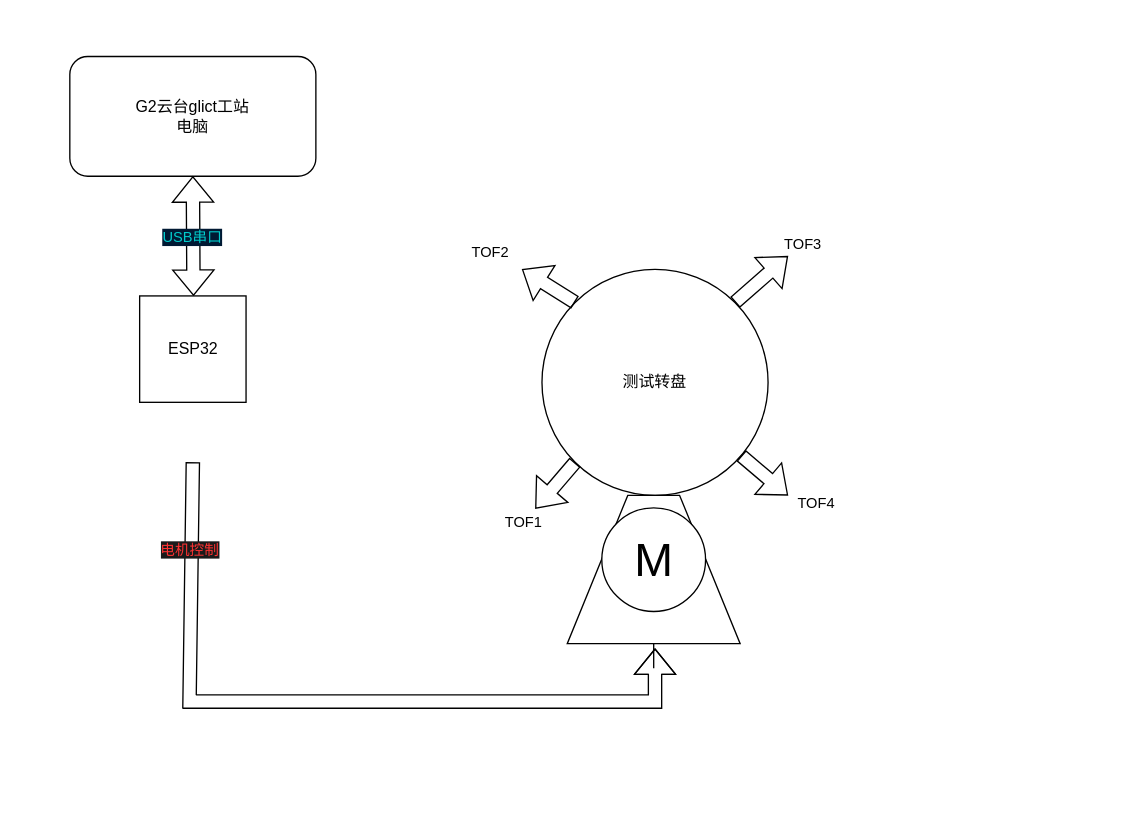
Earlier version of the draw.io diagram draw_io_for_work/g2_yuntai_glict.drawio (doctor1cong/draw_flow_chart). Source tidied: cells renumbered, new cells numbered last; positions are measured from the earlier drawing's top-left corner, leaving out a move shared by most shapes. Both pictures are drawn from the tidied source at 133%, with x=0, y=0 at pixel (69, 56).
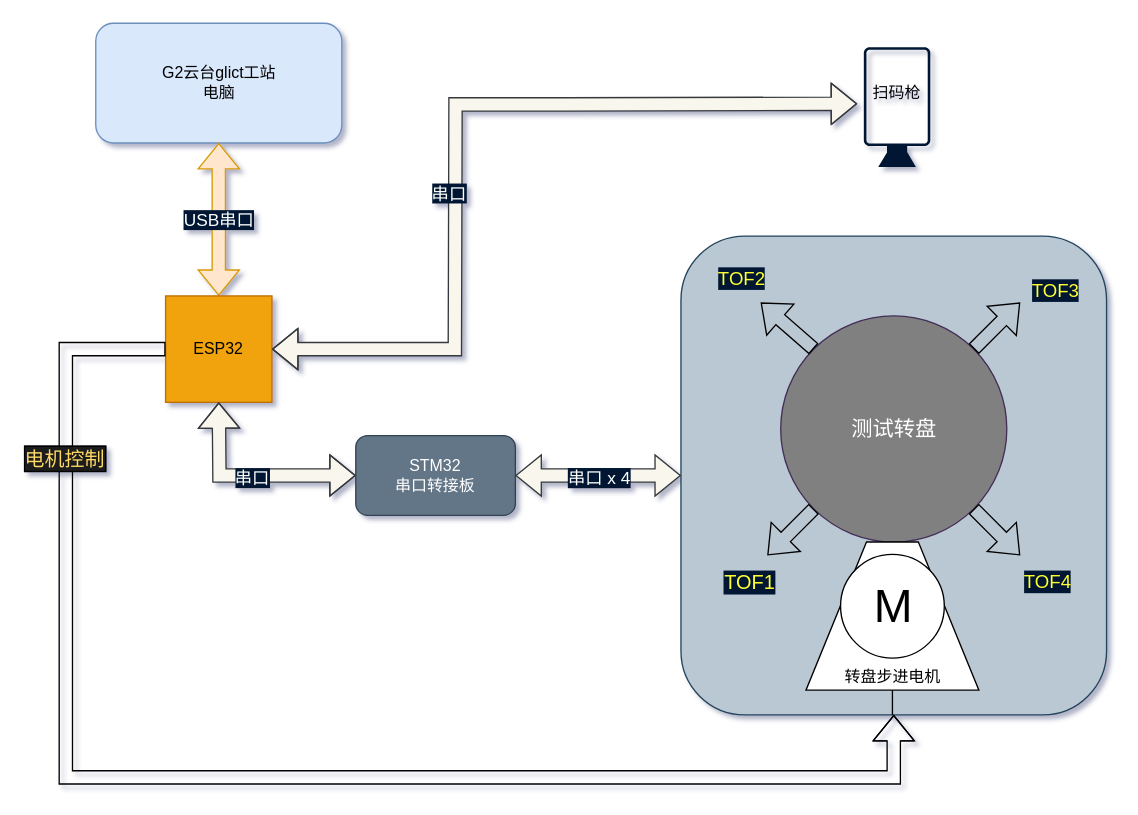
The same page after the edit.

Change to the diagram source:
```diff
@@
-<mxGraphModel>
+<mxGraphModel shadow="1">
@@
+    <mxCell id="20" style="rounded=1;whiteSpace=wrap;html=1;fillColor=#bac8d3;strokeColor=#23445d;" parent="1" vertex="1">
+      <mxGeometry x="459.5" y="135" width="320" height="360" as="geometry" />
+    </mxCell>
-    <mxCell id="2" value="G2云台glict工站&lt;div&gt;电脑&lt;/div&gt;" style="rounded=1;whiteSpace=wrap;html=1;fontSize=12;glass=0;strokeWidth=1;shadow=0;" parent="1" vertex="1">
-      <mxGeometry width="185" height="90" as="geometry" />
+    <mxCell id="2" value="G2云台glict工站&lt;div&gt;电脑&lt;/div&gt;" style="rounded=1;whiteSpace=wrap;html=1;fontSize=12;glass=0;strokeWidth=1;shadow=0;fillColor=#dae8fc;strokeColor=#6c8ebf;" parent="1" vertex="1">
+      <mxGeometry x="19.5" y="-25" width="185" height="90" as="geometry" />
     </mxCell>
-    <mxCell id="3" style="shape=flexArrow;endArrow=classic;startArrow=classic;html=1;rounded=0;entryX=0.5;entryY=1;entryDx=0;entryDy=0;" parent="1" edge="1" target="2">
-      <mxGeometry relative="1" as="geometry">
-        <mxPoint x="93" y="180" as="sourcePoint" />
-      </mxGeometry>
+    <mxCell id="3" style="shape=flexArrow;endArrow=classic;startArrow=classic;html=1;rounded=0;entryX=0.5;entryY=1;entryDx=0;entryDy=0;exitX=0.5;exitY=0;exitDx=0;exitDy=0;fillColor=#ffe6cc;strokeColor=#d79b00;" parent="1" edge="1" source="5" target="2">
+      <mxGeometry relative="1" as="geometry" />
     </mxCell>
-    <mxCell id="4" value="USB串口" style="edgeLabel;html=1;align=center;verticalAlign=middle;fontColor=#00CCCC;labelBackgroundColor=#001933;" parent="3" vertex="1">
+    <mxCell id="4" value="USB串口" style="edgeLabel;html=1;align=center;verticalAlign=middle;fontColor=#FFFFFF;labelBackgroundColor=#001933;fontSize=13;" parent="3" vertex="1">
       <mxGeometry y="1" relative="1" as="geometry" />
     </mxCell>
-    <mxCell id="5" value="ESP32" style="whiteSpace=wrap;html=1;" parent="1" vertex="1">
-      <mxGeometry x="52.5" y="180" width="80" height="80" as="geometry" />
+    <mxCell id="5" value="ESP32" style="whiteSpace=wrap;html=1;fillColor=#f0a30a;strokeColor=#BD7000;fontColor=#000000;" parent="1" vertex="1">
+      <mxGeometry x="72" y="180" width="80" height="80" as="geometry" />
     </mxCell>
-    <mxCell id="6" value="测试转盘" style="ellipse;whiteSpace=wrap;html=1;" parent="1" vertex="1">
-      <mxGeometry x="355" y="160" width="170" height="170" as="geometry" />
+    <mxCell id="6" value="&lt;font style=&quot;font-size: 16px;&quot;&gt;测试转盘&lt;/font&gt;" style="ellipse;whiteSpace=wrap;html=1;fillColor=#808080;fontColor=#ffffff;strokeColor=#432D57;" parent="1" vertex="1">
+      <mxGeometry x="534.5" y="195" width="170" height="170" as="geometry" />
     </mxCell>
-    <mxCell id="7" style="group;" parent="1" vertex="1">
-      <mxGeometry x="374" y="330" width="130" height="130" as="geometry" />
+    <mxCell id="7" style="group;fontSize=14;" parent="1" vertex="1">
+      <mxGeometry x="553.5" y="365" width="130" height="130" as="geometry" />
     </mxCell>
@@
-    <mxCell id="10" style="shape=flexArrow;endArrow=classic;html=1;rounded=0;exitX=0.5;exitY=1;exitDx=0;exitDy=0;" parent="1" edge="1">
-      <mxGeometry relative="1" as="geometry">
-        <mxPoint x="92.5" y="305" as="sourcePoint" />
-        <mxPoint x="440" y="445" as="targetPoint" />
-        <Array as="points">
-          <mxPoint x="90" y="485" />
-          <mxPoint x="270" y="485" />
-          <mxPoint x="440" y="485" />
-        </Array>
-      </mxGeometry>
-    </mxCell>
-    <mxCell id="11" value="电机控制" style="edgeLabel;html=1;align=center;verticalAlign=middle;fontColor=#FF3333;labelBackgroundColor=#1A1A1A;" parent="10" vertex="1">
-      <mxGeometry x="-0.77" y="-2" relative="1" as="geometry" />
-    </mxCell>
+    <mxCell id="21" value="转盘步进电机" style="text;html=1;whiteSpace=wrap;strokeColor=none;fillColor=none;align=center;verticalAlign=middle;rounded=0;" parent="7" vertex="1">
+      <mxGeometry x="25" y="87.3" width="80" height="30" as="geometry" />
+    </mxCell>
     <mxCell id="12" style="shape=flexArrow;endArrow=classic;html=1;rounded=0;exitX=0;exitY=1;exitDx=0;exitDy=0;" parent="1" edge="1" source="6">
       <mxGeometry relative="1" as="geometry">
-        <mxPoint x="350" y="340" as="targetPoint" />
+        <mxPoint x="524.5" y="375" as="targetPoint" />
       </mxGeometry>
     </mxCell>
-    <mxCell id="13" value="TOF1" style="edgeLabel;html=1;align=center;verticalAlign=middle;" parent="12" vertex="1">
+    <mxCell id="13" value="TOF1" style="edgeLabel;html=1;align=center;verticalAlign=middle;fontSize=15;fontColor=#FFFF33;labelBackgroundColor=#001933;" parent="12" vertex="1">
       <mxGeometry x="0.58" y="1" relative="1" as="geometry">
-        <mxPoint x="-17" y="16" as="offset" />
+        <mxPoint x="-22" y="26" as="offset" />
       </mxGeometry>
     </mxCell>
     <mxCell id="14" style="shape=flexArrow;endArrow=classic;html=1;rounded=0;exitX=0;exitY=0;exitDx=0;exitDy=0;" parent="1" edge="1" source="6">
       <mxGeometry relative="1" as="geometry">
-        <mxPoint x="340" y="160" as="targetPoint" />
+        <mxPoint x="519.5" y="185" as="targetPoint" />
       </mxGeometry>
     </mxCell>
-    <mxCell id="15" value="TOF2" style="edgeLabel;html=1;align=center;verticalAlign=middle;" parent="14" vertex="1">
+    <mxCell id="15" value="TOF2" style="edgeLabel;html=1;align=center;verticalAlign=middle;labelBackgroundColor=#001933;fontColor=#FFFF33;fontSize=14;" parent="14" vertex="1">
       <mxGeometry x="0.58" y="1" relative="1" as="geometry">
-        <mxPoint x="-32" y="-20" as="offset" />
+        <mxPoint x="-23" y="-26" as="offset" />
       </mxGeometry>
     </mxCell>
     <mxCell id="16" style="shape=flexArrow;endArrow=classic;html=1;rounded=0;" parent="1" edge="1" source="6">
       <mxGeometry relative="1" as="geometry">
-        <mxPoint x="540" y="330" as="targetPoint" />
+        <mxPoint x="714.5" y="375" as="targetPoint" />
       </mxGeometry>
     </mxCell>
-    <mxCell id="17" value="TOF4" style="edgeLabel;html=1;align=center;verticalAlign=middle;" parent="16" vertex="1">
+    <mxCell id="17" value="TOF4" style="edgeLabel;html=1;align=center;verticalAlign=middle;labelBackgroundColor=#001933;fontColor=#FFFF33;fontSize=14;" parent="16" vertex="1">
       <mxGeometry x="0.58" y="1" relative="1" as="geometry">
-        <mxPoint x="27" y="12" as="offset" />
+        <mxPoint x="27" y="28" as="offset" />
       </mxGeometry>
     </mxCell>
     <mxCell id="18" style="shape=flexArrow;endArrow=classic;html=1;rounded=0;exitX=1;exitY=0;exitDx=0;exitDy=0;" parent="1" edge="1" source="6">
       <mxGeometry relative="1" as="geometry">
-        <mxPoint x="540" y="150" as="targetPoint" />
+        <mxPoint x="714.5" y="185" as="targetPoint" />
       </mxGeometry>
     </mxCell>
-    <mxCell id="19" value="TOF3" style="edgeLabel;html=1;align=center;verticalAlign=middle;" parent="18" vertex="1">
+    <mxCell id="19" value="TOF3" style="edgeLabel;html=1;align=center;verticalAlign=middle;labelBackgroundColor=#001933;fontSize=14;fontColor=#FFFF33;" parent="18" vertex="1">
       <mxGeometry x="0.58" y="1" relative="1" as="geometry">
-        <mxPoint x="19" y="-16" as="offset" />
+        <mxPoint x="34" y="-16" as="offset" />
       </mxGeometry>
     </mxCell>
+    <mxCell id="22" value="STM32&lt;div&gt;串口转接板&lt;/div&gt;" style="rounded=1;whiteSpace=wrap;html=1;fillColor=#647687;fontColor=#ffffff;strokeColor=#314354;" parent="1" vertex="1">
+      <mxGeometry x="215" y="285" width="120" height="60" as="geometry" />
+    </mxCell>
+    <mxCell id="23" style="shape=flexArrow;endArrow=classic;startArrow=classic;html=1;rounded=0;exitX=0;exitY=0.5;exitDx=0;exitDy=0;fillColor=#f9f7ed;strokeColor=#36393d;entryX=0.5;entryY=1;entryDx=0;entryDy=0;" parent="1" edge="1" source="22" target="5">
+      <mxGeometry relative="1" as="geometry">
+        <Array as="points">
+          <mxPoint x="189.5" y="315" />
+          <mxPoint x="112.5" y="315" />
+        </Array>
+      </mxGeometry>
+    </mxCell>
+    <mxCell id="24" value="串口" style="edgeLabel;html=1;align=center;verticalAlign=middle;fontColor=#FFFFFF;labelBackgroundColor=#001933;fontSize=13;" parent="23" vertex="1">
+      <mxGeometry y="1" relative="1" as="geometry" />
+    </mxCell>
+    <mxCell id="25" style="shape=flexArrow;endArrow=classic;startArrow=classic;html=1;rounded=0;entryX=1;entryY=0.5;entryDx=0;entryDy=0;fillColor=#f9f7ed;strokeColor=#36393d;exitX=0;exitY=0.5;exitDx=0;exitDy=0;" parent="1" edge="1" source="20" target="22">
+      <mxGeometry relative="1" as="geometry" />
+    </mxCell>
+    <mxCell id="26" value="&lt;div&gt;&lt;span style=&quot;background-color: light-dark(rgb(0, 25, 51), rgb(201, 222, 245)); color: light-dark(rgb(255, 255, 255), rgb(18, 18, 18));&quot;&gt;串口 x 4&lt;/span&gt;&lt;/div&gt;" style="edgeLabel;html=1;align=center;verticalAlign=middle;fontColor=#FFFFFF;labelBackgroundColor=#001933;fontSize=13;" parent="25" vertex="1">
+      <mxGeometry y="1" relative="1" as="geometry" />
+    </mxCell>
+    <mxCell id="27" style="verticalLabelPosition=bottom;html=1;verticalAlign=top;align=center;shape=mxgraph.cisco19.camera;fillColor=#001933;strokeColor=#d79b00;direction=north;strokeWidth=8;labelBackgroundColor=none;gradientColor=none;" parent="1" vertex="1">
+      <mxGeometry x="597" y="-7" width="50" height="90" as="geometry" />
+    </mxCell>
+    <mxCell id="10" style="shape=flexArrow;endArrow=classic;html=1;rounded=0;fontSize=14;exitX=0;exitY=0.5;exitDx=0;exitDy=0;entryX=0.5;entryY=1;entryDx=0;entryDy=0;" parent="1" edge="1" source="5" target="20">
+      <mxGeometry relative="1" as="geometry">
+        <Array as="points">
+          <mxPoint x="-3" y="220" />
+          <mxPoint x="-3" y="542" />
+          <mxPoint x="100" y="542" />
+          <mxPoint x="432" y="542" />
+          <mxPoint x="619.5" y="542" />
+        </Array>
+      </mxGeometry>
+    </mxCell>
+    <mxCell id="11" value="电机控制" style="edgeLabel;html=1;align=center;verticalAlign=middle;fontColor=#FFD966;labelBackgroundColor=#1A1A1A;fontSize=15;labelBorderColor=default;" parent="10" vertex="1">
+      <mxGeometry x="-0.77" y="-2" relative="1" as="geometry">
+        <mxPoint y="33" as="offset" />
+      </mxGeometry>
+    </mxCell>
+    <mxCell id="28" value="扫码枪" style="text;html=1;whiteSpace=wrap;strokeColor=none;fillColor=none;align=center;verticalAlign=middle;rounded=0;" parent="1" vertex="1">
+      <mxGeometry x="592" y="13" width="60" height="30" as="geometry" />
+    </mxCell>
+    <mxCell id="29" style="shape=flexArrow;endArrow=classic;startArrow=classic;html=1;rounded=0;exitX=0;exitY=0.75;exitDx=0;exitDy=0;fillColor=#f9f7ed;strokeColor=#36393d;entryX=1;entryY=0.5;entryDx=0;entryDy=0;" parent="1" edge="1" source="28" target="5">
+      <mxGeometry relative="1" as="geometry">
+        <Array as="points">
+          <mxPoint x="372" y="36" />
+          <mxPoint x="290" y="36" />
+          <mxPoint x="289.5" y="220" />
+        </Array>
+      </mxGeometry>
+    </mxCell>
+    <mxCell id="30" value="串口" style="edgeLabel;html=1;align=center;verticalAlign=middle;fontColor=#FFFFFF;labelBackgroundColor=#001933;fontSize=13;" parent="29" vertex="1">
+      <mxGeometry y="1" relative="1" as="geometry">
+        <mxPoint x="-6" y="56" as="offset" />
+      </mxGeometry>
+    </mxCell>
```
